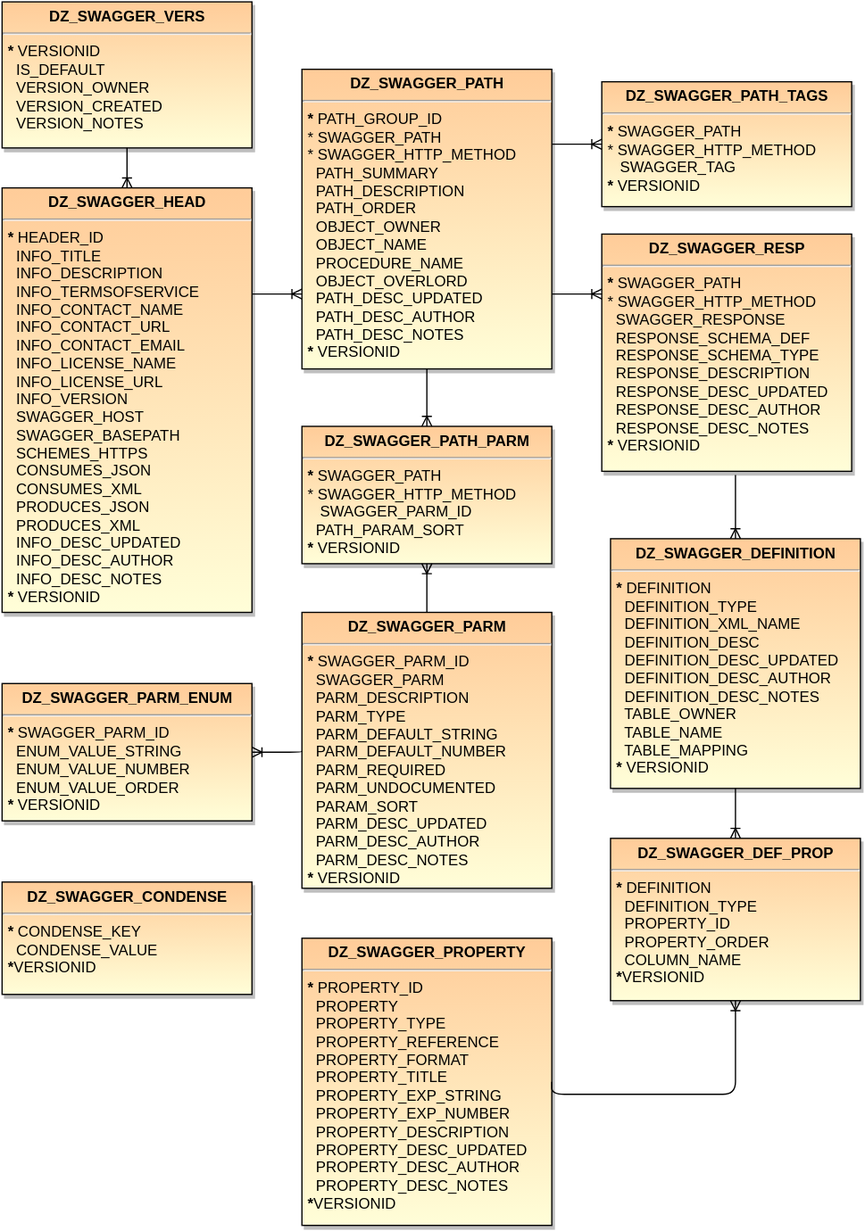
Earlier version of the draw.io export ERD.svg (pauldzy/DZ_SWAGGER). Source tidied: cells renumbered, new cells last; positions are measured from the earlier drawing's top-left corner, leaving out a move shared by most shapes.
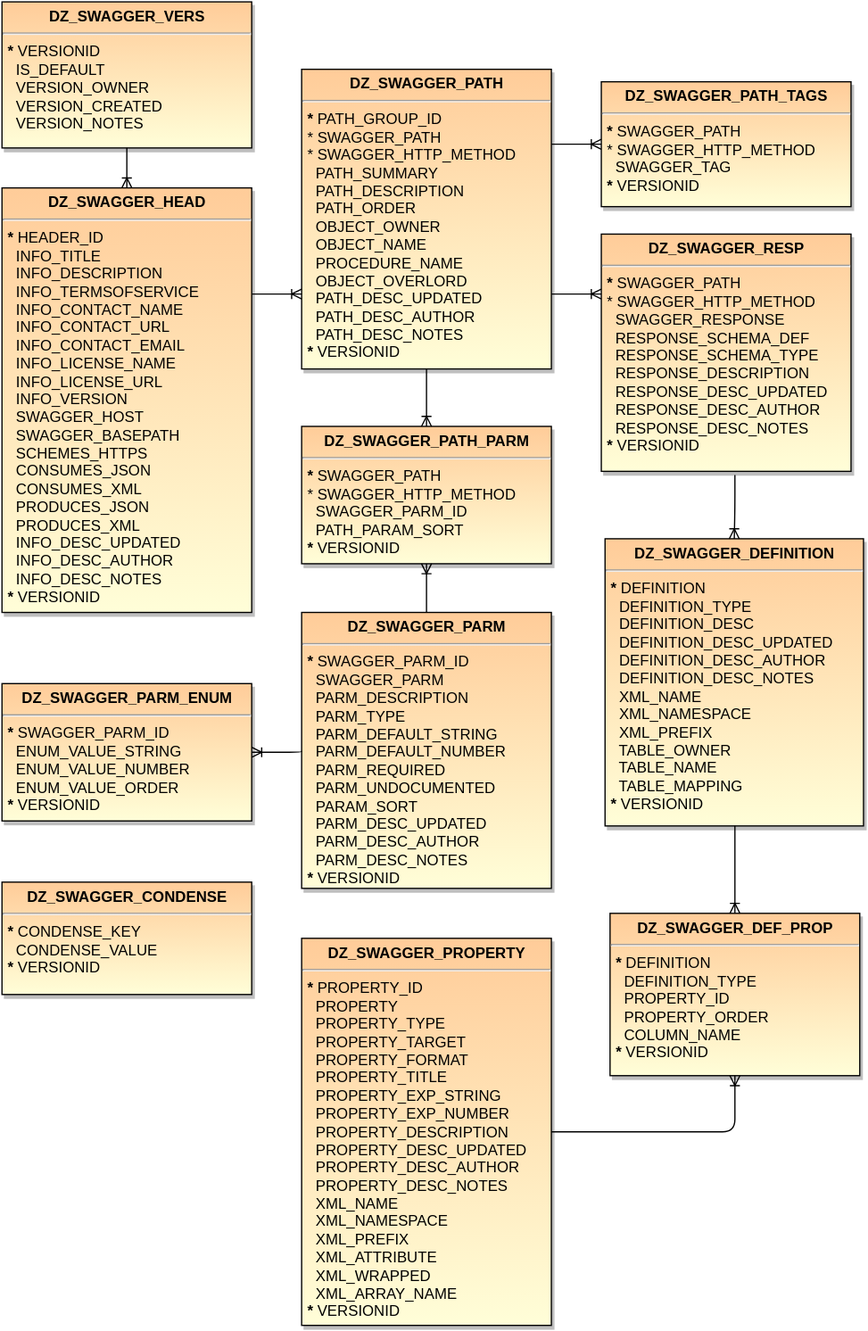
The same diagram one commit later.

Change to the diagram source:
```diff
@@ -17,3 +17,3 @@
     <mxCell id="6" style="edgeStyle=elbowEdgeStyle;html=1;endArrow=ERoneToMany;exitX=1;exitY=0.25;elbow=vertical;entryX=0;entryY=0.75;" parent="1" edge="1" source="3" target="5">
-      <mxGeometry x="520" y="460" as="geometry" />
+      <mxGeometry x="520" y="440" as="geometry" />
     </mxCell>
@@ -22,3 +22,3 @@
     </mxCell>
-    <mxCell id="8" value="&lt;p style=&quot;margin: 0px ; margin-top: 4px ; text-align: center&quot;&gt;&lt;strong&gt;DZ_SWAGGER_PATH_TAGS&lt;/strong&gt;&lt;/p&gt;&lt;hr&gt;&lt;p style=&quot;margin: 0px ; margin-left: 4px&quot;&gt;&lt;b&gt;*&lt;/b&gt;&amp;nbsp;&lt;span&gt;SWAGGER_PATH&lt;/span&gt;&lt;/p&gt;&lt;p style=&quot;margin: 0px ; margin-left: 4px&quot;&gt;* SWAGGER_HTTP_METHOD&lt;/p&gt;&lt;p style=&quot;margin: 0px ; margin-left: 4px&quot;&gt;&amp;nbsp; &amp;nbsp;SWAGGER_TAG&lt;/p&gt;&lt;p style=&quot;margin: 0px ; margin-left: 4px&quot;&gt;&lt;b&gt;*&lt;/b&gt; VERSIONID&lt;/p&gt;" style="shadow=1;fillColor=#FFCC99;gradientColor=#FFFED8;verticalAlign=top;align=left;overflow=fill;fontSize=12;fontFamily=Helvetica;html=1;" parent="1" vertex="1">
+    <mxCell id="8" value="&lt;p style=&quot;margin: 0px ; margin-top: 4px ; text-align: center&quot;&gt;&lt;strong&gt;DZ_SWAGGER_PATH_TAGS&lt;/strong&gt;&lt;/p&gt;&lt;hr&gt;&lt;p style=&quot;margin: 0px ; margin-left: 4px&quot;&gt;&lt;b&gt;*&lt;/b&gt;&amp;nbsp;&lt;span&gt;SWAGGER_PATH&lt;/span&gt;&lt;/p&gt;&lt;p style=&quot;margin: 0px ; margin-left: 4px&quot;&gt;* SWAGGER_HTTP_METHOD&lt;/p&gt;&lt;p style=&quot;margin: 0px ; margin-left: 4px&quot;&gt;&amp;nbsp; SWAGGER_TAG&lt;/p&gt;&lt;p style=&quot;margin: 0px ; margin-left: 4px&quot;&gt;&lt;b&gt;*&lt;/b&gt; VERSIONID&lt;/p&gt;" style="shadow=1;fillColor=#FFCC99;gradientColor=#FFFED8;verticalAlign=top;align=left;overflow=fill;fontSize=12;fontFamily=Helvetica;html=1;" parent="1" vertex="1">
       <mxGeometry x="480" y="64" width="200" height="100" as="geometry" />
@@ -26,8 +26,8 @@
     <mxCell id="9" style="edgeStyle=elbowEdgeStyle;html=1;endArrow=ERoneToMany;entryX=0;entryY=0.5;exitX=1;exitY=0.25;" parent="1" edge="1" source="5" target="8">
-      <mxGeometry x="530" y="470" as="geometry" />
+      <mxGeometry x="530" y="450" as="geometry" />
     </mxCell>
     <mxCell id="10" style="edgeStyle=elbowEdgeStyle;html=1;endArrow=ERoneToMany;entryX=0;entryY=0.25;exitX=1;exitY=0.75;" parent="1" edge="1" source="5" target="7">
-      <mxGeometry x="540" y="480" as="geometry" />
+      <mxGeometry x="540" y="460" as="geometry" />
     </mxCell>
-    <mxCell id="11" value="&lt;p style=&quot;margin: 0px ; margin-top: 4px ; text-align: center&quot;&gt;&lt;strong&gt;DZ_SWAGGER_PATH_PARM&lt;/strong&gt;&lt;/p&gt;&lt;hr&gt;&lt;p style=&quot;margin: 0px ; margin-left: 4px&quot;&gt;&lt;b&gt;*&lt;/b&gt;&amp;nbsp;&lt;span&gt;SWAGGER_PATH&lt;/span&gt;&lt;/p&gt;&lt;p style=&quot;margin: 0px ; margin-left: 4px&quot;&gt;* SWAGGER_HTTP_METHOD&lt;/p&gt;&lt;p style=&quot;margin: 0px ; margin-left: 4px&quot;&gt;&amp;nbsp; &amp;nbsp;SWAGGER_PARM_ID&lt;/p&gt;&lt;p style=&quot;margin: 0px ; margin-left: 4px&quot;&gt;&amp;nbsp; PATH_PARAM_SORT&lt;/p&gt;&lt;p style=&quot;margin: 0px ; margin-left: 4px&quot;&gt;&lt;b&gt;*&lt;/b&gt; VERSIONID&lt;/p&gt;" style="shadow=1;fillColor=#FFCC99;gradientColor=#FFFED8;verticalAlign=top;align=left;overflow=fill;fontSize=12;fontFamily=Helvetica;html=1;" parent="1" vertex="1">
+    <mxCell id="11" value="&lt;p style=&quot;margin: 0px ; margin-top: 4px ; text-align: center&quot;&gt;&lt;strong&gt;DZ_SWAGGER_PATH_PARM&lt;/strong&gt;&lt;/p&gt;&lt;hr&gt;&lt;p style=&quot;margin: 0px ; margin-left: 4px&quot;&gt;&lt;b&gt;*&lt;/b&gt;&amp;nbsp;&lt;span&gt;SWAGGER_PATH&lt;/span&gt;&lt;/p&gt;&lt;p style=&quot;margin: 0px ; margin-left: 4px&quot;&gt;* SWAGGER_HTTP_METHOD&lt;/p&gt;&lt;p style=&quot;margin: 0px ; margin-left: 4px&quot;&gt;&amp;nbsp; SWAGGER_PARM_ID&lt;/p&gt;&lt;p style=&quot;margin: 0px ; margin-left: 4px&quot;&gt;&amp;nbsp; PATH_PARAM_SORT&lt;/p&gt;&lt;p style=&quot;margin: 0px ; margin-left: 4px&quot;&gt;&lt;b&gt;*&lt;/b&gt; VERSIONID&lt;/p&gt;" style="shadow=1;fillColor=#FFCC99;gradientColor=#FFFED8;verticalAlign=top;align=left;overflow=fill;fontSize=12;fontFamily=Helvetica;html=1;" parent="1" vertex="1">
       <mxGeometry x="240" y="340" width="200" height="110" as="geometry" />
@@ -35,3 +35,3 @@
     <mxCell id="12" style="edgeStyle=elbowEdgeStyle;html=1;endArrow=ERoneToMany;entryX=0.5;entryY=0;exitX=0.5;exitY=1;elbow=vertical;" parent="1" edge="1" source="5" target="11">
-      <mxGeometry x="150" y="167" as="geometry" />
+      <mxGeometry x="150" y="147" as="geometry" />
     </mxCell>
@@ -41,3 +41,3 @@
     <mxCell id="14" style="edgeStyle=elbowEdgeStyle;html=1;endArrow=ERoneToMany;entryX=0.5;entryY=1;exitX=0.5;exitY=0;elbow=vertical;" parent="1" edge="1" source="13" target="11">
-      <mxGeometry x="160" y="177" as="geometry" />
+      <mxGeometry x="160" y="157" as="geometry" />
     </mxCell>
@@ -47,23 +47,23 @@
     <mxCell id="16" style="edgeStyle=elbowEdgeStyle;html=1;endArrow=ERoneToMany;entryX=1;entryY=0.5;exitX=0;exitY=0.5;elbow=vertical;" parent="1" edge="1" source="13" target="15">
-      <mxGeometry x="170" y="187" as="geometry" />
+      <mxGeometry x="170" y="167" as="geometry" />
     </mxCell>
-    <mxCell id="17" value="&lt;p style=&quot;margin: 0px ; margin-top: 4px ; text-align: center&quot;&gt;&lt;strong&gt;DZ_SWAGGER_DEFINITION&lt;/strong&gt;&lt;/p&gt;&lt;hr&gt;&lt;p style=&quot;margin: 0px ; margin-left: 4px&quot;&gt;&lt;b&gt;*&lt;/b&gt;&amp;nbsp;&lt;span&gt;DEFINITION&lt;/span&gt;&lt;/p&gt;&lt;p style=&quot;margin: 0px ; margin-left: 4px&quot;&gt;&lt;span&gt;&amp;nbsp; DEFINITION_TYPE&lt;/span&gt;&lt;/p&gt;&lt;p style=&quot;margin: 0px ; margin-left: 4px&quot;&gt;&lt;span&gt;&amp;nbsp; DEFINITION_XML_NAME&lt;/span&gt;&lt;br&gt;&lt;/p&gt;&lt;p style=&quot;margin: 0px ; margin-left: 4px&quot;&gt;&lt;span&gt;&amp;nbsp; DEFINITION_DESC&lt;/span&gt;&lt;/p&gt;&lt;p style=&quot;margin: 0px ; margin-left: 4px&quot;&gt;&lt;span&gt;&amp;nbsp; DEFINITION_DESC_UPDATED&lt;/span&gt;&lt;/p&gt;&lt;p style=&quot;margin: 0px ; margin-left: 4px&quot;&gt;&lt;span&gt;&amp;nbsp; DEFINITION_DESC_AUTHOR&lt;/span&gt;&lt;/p&gt;&lt;p style=&quot;margin: 0px ; margin-left: 4px&quot;&gt;&lt;span&gt;&amp;nbsp; DEFINITION_DESC_NOTES&lt;/span&gt;&lt;/p&gt;&lt;p style=&quot;margin: 0px ; margin-left: 4px&quot;&gt;&lt;span&gt;&amp;nbsp; TABLE_OWNER&lt;/span&gt;&lt;/p&gt;&lt;p style=&quot;margin: 0px ; margin-left: 4px&quot;&gt;&lt;span&gt;&amp;nbsp; TABLE_NAME&lt;/span&gt;&lt;/p&gt;&lt;p style=&quot;margin: 0px ; margin-left: 4px&quot;&gt;&amp;nbsp; TABLE_MAPPING&lt;/p&gt;&lt;p style=&quot;margin: 0px ; margin-left: 4px&quot;&gt;&lt;b&gt;*&lt;/b&gt; VERSIONID&lt;/p&gt;" style="shadow=1;fillColor=#FFCC99;gradientColor=#FFFED8;verticalAlign=top;align=left;overflow=fill;fontSize=12;fontFamily=Helvetica;html=1;" parent="1" vertex="1">
-      <mxGeometry x="487" y="430" width="200" height="200" as="geometry" />
+    <mxCell id="17" value="&lt;p style=&quot;margin: 0px ; margin-top: 4px ; text-align: center&quot;&gt;&lt;strong&gt;DZ_SWAGGER_DEFINITION&lt;/strong&gt;&lt;/p&gt;&lt;hr&gt;&lt;p style=&quot;margin: 0px ; margin-left: 4px&quot;&gt;&lt;b&gt;*&lt;/b&gt;&amp;nbsp;&lt;span&gt;DEFINITION&lt;/span&gt;&lt;/p&gt;&lt;p style=&quot;margin: 0px ; margin-left: 4px&quot;&gt;&lt;span&gt;&amp;nbsp; DEFINITION_TYPE&lt;/span&gt;&lt;/p&gt;&lt;p style=&quot;margin: 0px ; margin-left: 4px&quot;&gt;&lt;span&gt;&amp;nbsp;&amp;nbsp;&lt;/span&gt;&lt;span&gt;DEFINITION_DESC&lt;/span&gt;&lt;/p&gt;&lt;p style=&quot;margin: 0px ; margin-left: 4px&quot;&gt;&lt;span&gt;&amp;nbsp; DEFINITION_DESC_UPDATED&lt;/span&gt;&lt;/p&gt;&lt;p style=&quot;margin: 0px ; margin-left: 4px&quot;&gt;&lt;span&gt;&amp;nbsp; DEFINITION_DESC_AUTHOR&lt;/span&gt;&lt;/p&gt;&lt;p style=&quot;margin: 0px ; margin-left: 4px&quot;&gt;&lt;span&gt;&amp;nbsp; DEFINITION_DESC_NOTES&lt;/span&gt;&lt;/p&gt;&lt;p style=&quot;margin: 0px ; margin-left: 4px&quot;&gt;&lt;span&gt;&amp;nbsp; XML_NAME&lt;/span&gt;&lt;/p&gt;&lt;p style=&quot;margin: 0px ; margin-left: 4px&quot;&gt;&lt;span&gt;&amp;nbsp; XML_NAMESPACE&lt;/span&gt;&lt;/p&gt;&lt;p style=&quot;margin: 0px ; margin-left: 4px&quot;&gt;&lt;span&gt;&amp;nbsp; XML_PREFIX&lt;/span&gt;&lt;/p&gt;&lt;p style=&quot;margin: 0px ; margin-left: 4px&quot;&gt;&lt;span&gt;&amp;nbsp; TABLE_OWNER&lt;/span&gt;&lt;/p&gt;&lt;p style=&quot;margin: 0px ; margin-left: 4px&quot;&gt;&lt;span&gt;&amp;nbsp; TABLE_NAME&lt;/span&gt;&lt;/p&gt;&lt;p style=&quot;margin: 0px ; margin-left: 4px&quot;&gt;&amp;nbsp; TABLE_MAPPING&lt;/p&gt;&lt;p style=&quot;margin: 0px ; margin-left: 4px&quot;&gt;&lt;b&gt;*&lt;/b&gt; VERSIONID&lt;/p&gt;" style="shadow=1;fillColor=#FFCC99;gradientColor=#FFFED8;verticalAlign=top;align=left;overflow=fill;fontSize=12;fontFamily=Helvetica;html=1;" parent="1" vertex="1">
+      <mxGeometry x="483" y="430" width="207" height="230" as="geometry" />
     </mxCell>
     <mxCell id="18" style="edgeStyle=elbowEdgeStyle;html=1;endArrow=ERoneToMany;exitX=0.535;exitY=1.016;elbow=vertical;exitPerimeter=0;" parent="1" edge="1" source="7" target="17">
-      <mxGeometry x="160" y="177" as="geometry" />
+      <mxGeometry x="160" y="157" as="geometry" />
     </mxCell>
-    <mxCell id="19" value="&lt;p style=&quot;margin: 0px ; margin-top: 4px ; text-align: center&quot;&gt;&lt;strong&gt;DZ_SWAGGER_DEF_PROP&lt;/strong&gt;&lt;/p&gt;&lt;hr&gt;&lt;p style=&quot;margin: 0px ; margin-left: 4px&quot;&gt;&lt;b&gt;*&amp;nbsp;&lt;/b&gt;DEFINITION&lt;/p&gt;&lt;p style=&quot;margin: 0px ; margin-left: 4px&quot;&gt;&lt;span&gt;&amp;nbsp; DEFINITION_TYPE&lt;/span&gt;&lt;/p&gt;&lt;p style=&quot;margin: 0px ; margin-left: 4px&quot;&gt;&lt;span&gt;&amp;nbsp; PROPERTY_ID&lt;/span&gt;&lt;/p&gt;&lt;p style=&quot;margin: 0px ; margin-left: 4px&quot;&gt;&lt;span&gt;&amp;nbsp; PROPERTY_ORDER&lt;/span&gt;&lt;/p&gt;&lt;p style=&quot;margin: 0px ; margin-left: 4px&quot;&gt;&lt;span&gt;&amp;nbsp; COLUMN_NAME&lt;/span&gt;&lt;/p&gt;&lt;p style=&quot;margin: 0px ; margin-left: 4px&quot;&gt;&lt;b&gt;*&lt;/b&gt;&lt;span&gt;VERSIONID&lt;/span&gt;&lt;/p&gt;" style="shadow=1;fillColor=#FFCC99;gradientColor=#FFFED8;verticalAlign=top;align=left;overflow=fill;fontSize=12;fontFamily=Helvetica;html=1;" parent="1" vertex="1">
-      <mxGeometry x="487" y="670" width="200" height="130" as="geometry" />
+    <mxCell id="19" value="&lt;p style=&quot;margin: 0px ; margin-top: 4px ; text-align: center&quot;&gt;&lt;strong&gt;DZ_SWAGGER_DEF_PROP&lt;/strong&gt;&lt;/p&gt;&lt;hr&gt;&lt;p style=&quot;margin: 0px ; margin-left: 4px&quot;&gt;&lt;b&gt;*&amp;nbsp;&lt;/b&gt;DEFINITION&lt;/p&gt;&lt;p style=&quot;margin: 0px ; margin-left: 4px&quot;&gt;&lt;span&gt;&amp;nbsp; DEFINITION_TYPE&lt;/span&gt;&lt;/p&gt;&lt;p style=&quot;margin: 0px ; margin-left: 4px&quot;&gt;&lt;span&gt;&amp;nbsp; PROPERTY_ID&lt;/span&gt;&lt;/p&gt;&lt;p style=&quot;margin: 0px ; margin-left: 4px&quot;&gt;&lt;span&gt;&amp;nbsp; PROPERTY_ORDER&lt;/span&gt;&lt;/p&gt;&lt;p style=&quot;margin: 0px ; margin-left: 4px&quot;&gt;&lt;span&gt;&amp;nbsp; COLUMN_NAME&lt;/span&gt;&lt;/p&gt;&lt;p style=&quot;margin: 0px ; margin-left: 4px&quot;&gt;&lt;b&gt;*&amp;nbsp;&lt;/b&gt;&lt;span&gt;VERSIONID&lt;/span&gt;&lt;/p&gt;" style="shadow=1;fillColor=#FFCC99;gradientColor=#FFFED8;verticalAlign=top;align=left;overflow=fill;fontSize=12;fontFamily=Helvetica;html=1;" parent="1" vertex="1">
+      <mxGeometry x="487" y="730" width="200" height="130" as="geometry" />
     </mxCell>
-    <mxCell id="20" value="&lt;p style=&quot;margin: 0px ; margin-top: 4px ; text-align: center&quot;&gt;&lt;strong&gt;DZ_SWAGGER_PROPERTY&lt;/strong&gt;&lt;/p&gt;&lt;hr&gt;&lt;p style=&quot;margin: 0px ; margin-left: 4px&quot;&gt;&lt;b&gt;*&amp;nbsp;&lt;/b&gt;&lt;span&gt;PROPERTY_ID&lt;/span&gt;&lt;/p&gt;&lt;p style=&quot;margin: 0px ; margin-left: 4px&quot;&gt;&lt;span&gt;&amp;nbsp; PROPERTY&lt;/span&gt;&lt;/p&gt;&lt;p style=&quot;margin: 0px ; margin-left: 4px&quot;&gt;&lt;span&gt;&amp;nbsp; PROPERTY_TYPE&lt;/span&gt;&lt;/p&gt;&lt;p style=&quot;margin: 0px ; margin-left: 4px&quot;&gt;&lt;span&gt;&amp;nbsp; PROPERTY_REFERENCE&lt;/span&gt;&lt;/p&gt;&lt;p style=&quot;margin: 0px ; margin-left: 4px&quot;&gt;&lt;span&gt;&amp;nbsp; PROPERTY_FORMAT&lt;/span&gt;&lt;/p&gt;&lt;p style=&quot;margin: 0px ; margin-left: 4px&quot;&gt;&amp;nbsp; PROPERTY_TITLE&lt;/p&gt;&lt;p style=&quot;margin: 0px ; margin-left: 4px&quot;&gt;&lt;span&gt;&amp;nbsp; PROPERTY_EXP_STRING&lt;/span&gt;&lt;/p&gt;&lt;p style=&quot;margin: 0px ; margin-left: 4px&quot;&gt;&lt;span&gt;&amp;nbsp; PROPERTY_EXP_NUMBER&lt;/span&gt;&lt;/p&gt;&lt;p style=&quot;margin: 0px ; margin-left: 4px&quot;&gt;&lt;span&gt;&amp;nbsp; PROPERTY_DESCRIPTION&lt;/span&gt;&lt;/p&gt;&lt;p style=&quot;margin: 0px ; margin-left: 4px&quot;&gt;&lt;span&gt;&amp;nbsp; PROPERTY_DESC_UPDATED&lt;/span&gt;&lt;/p&gt;&lt;p style=&quot;margin: 0px ; margin-left: 4px&quot;&gt;&lt;span&gt;&amp;nbsp; PROPERTY_DESC_AUTHOR&lt;/span&gt;&lt;/p&gt;&lt;p style=&quot;margin: 0px ; margin-left: 4px&quot;&gt;&lt;span&gt;&amp;nbsp; PROPERTY_DESC_NOTES&lt;/span&gt;&lt;/p&gt;&lt;p style=&quot;margin: 0px ; margin-left: 4px&quot;&gt;&lt;b&gt;*&lt;/b&gt;&lt;span&gt;VERSIONID&lt;/span&gt;&lt;/p&gt;" style="shadow=1;fillColor=#FFCC99;gradientColor=#FFFED8;verticalAlign=top;align=left;overflow=fill;fontSize=12;fontFamily=Helvetica;html=1;" parent="1" vertex="1">
-      <mxGeometry x="240" y="750" width="200" height="230" as="geometry" />
+    <mxCell id="20" value="&lt;p style=&quot;margin: 0px ; margin-top: 4px ; text-align: center&quot;&gt;&lt;strong&gt;DZ_SWAGGER_PROPERTY&lt;/strong&gt;&lt;/p&gt;&lt;hr&gt;&lt;p style=&quot;margin: 0px ; margin-left: 4px&quot;&gt;&lt;b&gt;*&amp;nbsp;&lt;/b&gt;&lt;span&gt;PROPERTY_ID&lt;/span&gt;&lt;/p&gt;&lt;p style=&quot;margin: 0px ; margin-left: 4px&quot;&gt;&lt;span&gt;&amp;nbsp; PROPERTY&lt;/span&gt;&lt;/p&gt;&lt;p style=&quot;margin: 0px ; margin-left: 4px&quot;&gt;&lt;span&gt;&amp;nbsp; PROPERTY_TYPE&lt;/span&gt;&lt;/p&gt;&lt;p style=&quot;margin: 0px ; margin-left: 4px&quot;&gt;&lt;span&gt;&amp;nbsp; PROPERTY_TARGET&lt;/span&gt;&lt;/p&gt;&lt;p style=&quot;margin: 0px ; margin-left: 4px&quot;&gt;&lt;span&gt;&amp;nbsp; PROPERTY_FORMAT&lt;/span&gt;&lt;/p&gt;&lt;p style=&quot;margin: 0px ; margin-left: 4px&quot;&gt;&amp;nbsp; PROPERTY_TITLE&lt;/p&gt;&lt;p style=&quot;margin: 0px ; margin-left: 4px&quot;&gt;&lt;span&gt;&amp;nbsp; PROPERTY_EXP_STRING&lt;/span&gt;&lt;/p&gt;&lt;p style=&quot;margin: 0px ; margin-left: 4px&quot;&gt;&lt;span&gt;&amp;nbsp; PROPERTY_EXP_NUMBER&lt;/span&gt;&lt;/p&gt;&lt;p style=&quot;margin: 0px ; margin-left: 4px&quot;&gt;&lt;span&gt;&amp;nbsp; PROPERTY_DESCRIPTION&lt;/span&gt;&lt;/p&gt;&lt;p style=&quot;margin: 0px ; margin-left: 4px&quot;&gt;&lt;span&gt;&amp;nbsp; PROPERTY_DESC_UPDATED&lt;/span&gt;&lt;/p&gt;&lt;p style=&quot;margin: 0px ; margin-left: 4px&quot;&gt;&lt;span&gt;&amp;nbsp; PROPERTY_DESC_AUTHOR&lt;/span&gt;&lt;/p&gt;&lt;p style=&quot;margin: 0px ; margin-left: 4px&quot;&gt;&lt;span&gt;&amp;nbsp; PROPERTY_DESC_NOTES&lt;/span&gt;&lt;/p&gt;&lt;p style=&quot;margin: 0px ; margin-left: 4px&quot;&gt;&amp;nbsp; XML_NAME&lt;/p&gt;&lt;p style=&quot;margin: 0px ; margin-left: 4px&quot;&gt;&amp;nbsp; XML_NAMESPACE&lt;/p&gt;&lt;p style=&quot;margin: 0px ; margin-left: 4px&quot;&gt;&amp;nbsp; XML_PREFIX&lt;/p&gt;&lt;p style=&quot;margin: 0px ; margin-left: 4px&quot;&gt;&amp;nbsp; XML_ATTRIBUTE&lt;/p&gt;&lt;p style=&quot;margin: 0px ; margin-left: 4px&quot;&gt;&amp;nbsp; XML_WRAPPED&lt;/p&gt;&lt;p style=&quot;margin: 0px ; margin-left: 4px&quot;&gt;&amp;nbsp; XML_ARRAY_NAME&lt;/p&gt;&lt;p style=&quot;margin: 0px ; margin-left: 4px&quot;&gt;&lt;b&gt;*&amp;nbsp;&lt;/b&gt;&lt;span&gt;VERSIONID&lt;/span&gt;&lt;/p&gt;" style="shadow=1;fillColor=#FFCC99;gradientColor=#FFFED8;verticalAlign=top;align=left;overflow=fill;fontSize=12;fontFamily=Helvetica;html=1;" parent="1" vertex="1">
+      <mxGeometry x="240" y="750" width="200" height="310" as="geometry" />
     </mxCell>
-    <mxCell id="21" value="&lt;p style=&quot;margin: 0px ; margin-top: 4px ; text-align: center&quot;&gt;&lt;strong&gt;DZ_SWAGGER_CONDENSE&lt;/strong&gt;&lt;/p&gt;&lt;hr&gt;&lt;p style=&quot;margin: 0px ; margin-left: 4px&quot;&gt;&lt;b&gt;* &lt;/b&gt;CONDENSE_KEY&lt;/p&gt;&lt;p style=&quot;margin: 0px ; margin-left: 4px&quot;&gt;&amp;nbsp; CONDENSE_VALUE&lt;/p&gt;&lt;p style=&quot;margin: 0px ; margin-left: 4px&quot;&gt;&lt;b&gt;*&lt;/b&gt;&lt;span&gt;VERSIONID&lt;/span&gt;&lt;/p&gt;" style="shadow=1;fillColor=#FFCC99;gradientColor=#FFFED8;verticalAlign=top;align=left;overflow=fill;fontSize=12;fontFamily=Helvetica;html=1;" parent="1" vertex="1">
+    <mxCell id="21" value="&lt;p style=&quot;margin: 0px ; margin-top: 4px ; text-align: center&quot;&gt;&lt;strong&gt;DZ_SWAGGER_CONDENSE&lt;/strong&gt;&lt;/p&gt;&lt;hr&gt;&lt;p style=&quot;margin: 0px ; margin-left: 4px&quot;&gt;&lt;b&gt;* &lt;/b&gt;CONDENSE_KEY&lt;/p&gt;&lt;p style=&quot;margin: 0px ; margin-left: 4px&quot;&gt;&amp;nbsp; CONDENSE_VALUE&lt;/p&gt;&lt;p style=&quot;margin: 0px ; margin-left: 4px&quot;&gt;&lt;b&gt;*&amp;nbsp;&lt;/b&gt;&lt;span&gt;VERSIONID&lt;/span&gt;&lt;/p&gt;" style="shadow=1;fillColor=#FFCC99;gradientColor=#FFFED8;verticalAlign=top;align=left;overflow=fill;fontSize=12;fontFamily=Helvetica;html=1;" parent="1" vertex="1">
       <mxGeometry y="705" width="200" height="90" as="geometry" />
     </mxCell>
-    <mxCell id="22" style="edgeStyle=elbowEdgeStyle;html=1;endArrow=ERoneToMany;entryX=0.5;entryY=1;exitX=1;exitY=0.5;elbow=vertical;" parent="1" edge="1" source="20" target="19">
-      <mxGeometry x="190" y="207" as="geometry">
+    <mxCell id="22" style="edgeStyle=orthogonalEdgeStyle;html=1;endArrow=ERoneToMany;entryX=0.5;entryY=1;exitX=1;exitY=0.5;elbow=vertical;" parent="1" edge="1" source="20" target="19">
+      <mxGeometry x="190" y="187" as="geometry">
         <Array as="points">
-          <mxPoint x="520" y="875" />
+          <mxPoint x="587" y="905" />
         </Array>
@@ -72,3 +72,3 @@
     <mxCell id="23" style="edgeStyle=elbowEdgeStyle;html=1;endArrow=ERoneToMany;exitX=0.5;exitY=1;elbow=vertical;" parent="1" edge="1" source="17" target="19">
-      <mxGeometry x="160" y="177" as="geometry" />
+      <mxGeometry x="160" y="157" as="geometry" />
     </mxCell>
```
